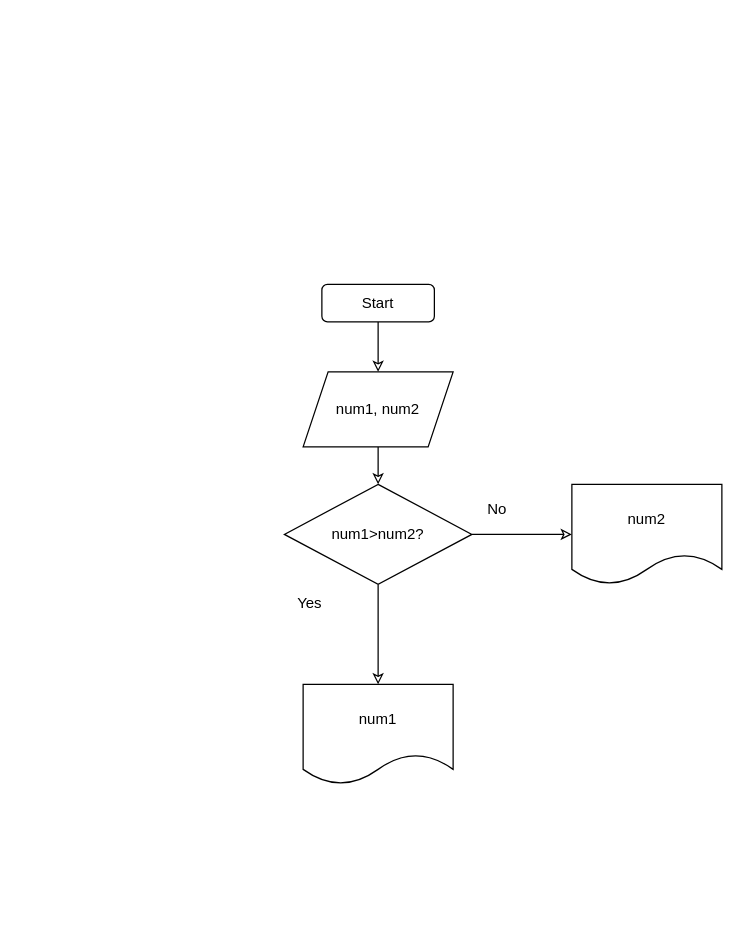
Above: Untitled Diagram.drawio in margobiyun/python (draw.io), before the change. Source tidied: cells renumbered, new cells numbered last; positions are measured from the earlier drawing's top-left corner, leaving out a move shared by most shapes. Both pictures are drawn from the tidied source at 125%, with x=0, y=0 at pixel (284, 284).
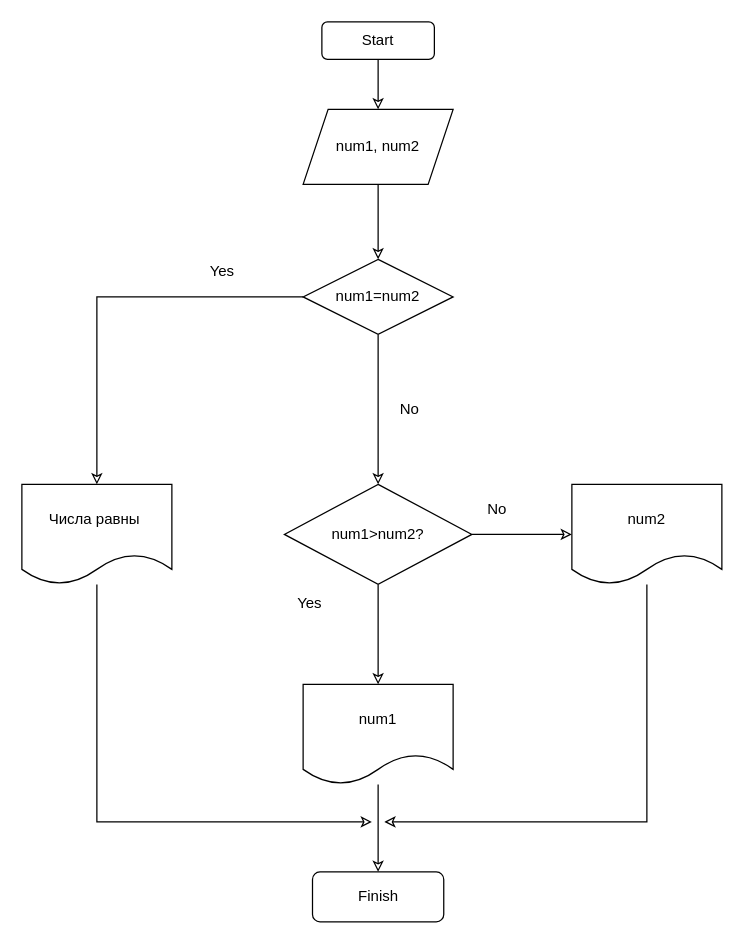
The same diagram, later.

The change refers to these unchanged cells:
```xml
<mxCell id="8" value="num1&amp;gt;num2?" style="rhombus;whiteSpace=wrap;html=1;" parent="1" vertex="1">
  <mxGeometry y="160" width="150" height="80" as="geometry" />
</mxCell>
<mxCell id="11" value="num1" style="shape=document;whiteSpace=wrap;html=1;boundedLbl=1;" parent="1" vertex="1">
  <mxGeometry x="15" y="320" width="120" height="80" as="geometry" />
</mxCell>
<mxCell id="12" value="num2&lt;br&gt;" style="shape=document;whiteSpace=wrap;html=1;boundedLbl=1;" parent="1" vertex="1">
  <mxGeometry x="230" y="160" width="120" height="80" as="geometry" />
</mxCell>
```

The edit, as a diff of the source:
```diff
@@
     <mxCell id="3" value="Start" style="rounded=1;whiteSpace=wrap;html=1;" parent="1" vertex="1">
-      <mxGeometry x="30" width="90" height="30" as="geometry" />
+      <mxGeometry x="30" y="-210" width="90" height="30" as="geometry" />
     </mxCell>
-    <mxCell id="4" style="edgeStyle=orthogonalEdgeStyle;rounded=0;jettySize=auto;html=1;endArrow=classic;endFill=0;" parent="1" edge="1" source="5" target="8">
-      <mxGeometry relative="1" as="geometry" />
-    </mxCell>
+    <mxCell id="13" style="edgeStyle=orthogonalEdgeStyle;rounded=0;jettySize=auto;html=1;endArrow=classic;endFill=0;" parent="1" edge="1" source="5" target="19">
+      <mxGeometry relative="1" as="geometry" />
+    </mxCell>
     <mxCell id="5" value="num1, num2" style="shape=parallelogram;perimeter=parallelogramPerimeter;whiteSpace=wrap;html=1;fixedSize=1;" parent="1" vertex="1">
-      <mxGeometry x="15" y="70" width="120" height="60" as="geometry" />
+      <mxGeometry x="15" y="-140" width="120" height="60" as="geometry" />
     </mxCell>
@@
+    <mxCell id="14" style="edgeStyle=orthogonalEdgeStyle;rounded=0;jettySize=auto;html=1;endArrow=classic;endFill=0;" parent="1" edge="1" source="11">
+      <mxGeometry relative="1" as="geometry">
+        <mxPoint x="75" y="470" as="targetPoint" />
+      </mxGeometry>
+    </mxCell>
@@
+    <mxCell id="15" style="edgeStyle=orthogonalEdgeStyle;rounded=0;jettySize=auto;html=1;endArrow=classic;endFill=0;" parent="1" edge="1" source="12">
+      <mxGeometry relative="1" as="geometry">
+        <mxPoint x="80" y="430" as="targetPoint" />
+        <Array as="points">
+          <mxPoint x="290" y="430" />
+        </Array>
+      </mxGeometry>
+    </mxCell>
@@
+    <mxCell id="16" value="Finish" style="rounded=1;whiteSpace=wrap;html=1;" parent="1" vertex="1">
+      <mxGeometry x="22.5" y="470" width="105" height="40" as="geometry" />
+    </mxCell>
+    <mxCell id="17" style="edgeStyle=orthogonalEdgeStyle;rounded=0;jettySize=auto;html=1;entryX=0.5;entryY=0;entryDx=0;entryDy=0;endArrow=classic;endFill=0;" parent="1" edge="1" source="19" target="8">
+      <mxGeometry relative="1" as="geometry" />
+    </mxCell>
+    <mxCell id="18" style="edgeStyle=orthogonalEdgeStyle;rounded=0;jettySize=auto;html=1;endArrow=classic;endFill=0;entryX=0.5;entryY=0;entryDx=0;entryDy=0;" parent="1" edge="1" source="19" target="22">
+      <mxGeometry relative="1" as="geometry" />
+    </mxCell>
+    <mxCell id="19" value="num1=num2" style="rhombus;whiteSpace=wrap;html=1;" parent="1" vertex="1">
+      <mxGeometry x="15" y="-20" width="120" height="60" as="geometry" />
+    </mxCell>
+    <mxCell id="20" value="No" style="text;html=1;align=center;verticalAlign=middle;strokeColor=none;fillColor=none;" parent="1" vertex="1">
+      <mxGeometry x="80" y="85" width="40" height="30" as="geometry" />
+    </mxCell>
+    <mxCell id="21" style="edgeStyle=orthogonalEdgeStyle;rounded=0;jettySize=auto;html=1;endArrow=classic;endFill=0;" parent="1" edge="1" source="22">
+      <mxGeometry relative="1" as="geometry">
+        <mxPoint x="70" y="430" as="targetPoint" />
+        <Array as="points">
+          <mxPoint x="-150" y="430" />
+        </Array>
+      </mxGeometry>
+    </mxCell>
+    <mxCell id="22" value="Числа равны&amp;nbsp;" style="shape=document;whiteSpace=wrap;html=1;boundedLbl=1;" parent="1" vertex="1">
+      <mxGeometry x="-210" y="160" width="120" height="80" as="geometry" />
+    </mxCell>
+    <mxCell id="23" value="Yes" style="text;html=1;align=center;verticalAlign=middle;strokeColor=none;fillColor=none;" parent="1" vertex="1">
+      <mxGeometry x="-70" y="-25" width="40" height="30" as="geometry" />
+    </mxCell>
```
